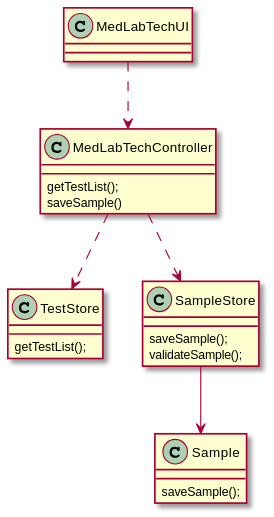
Above: docs/SprintC/US05/US5_CD.svg in MarianaCLages/LAPR2 (PlantUML), before the change.
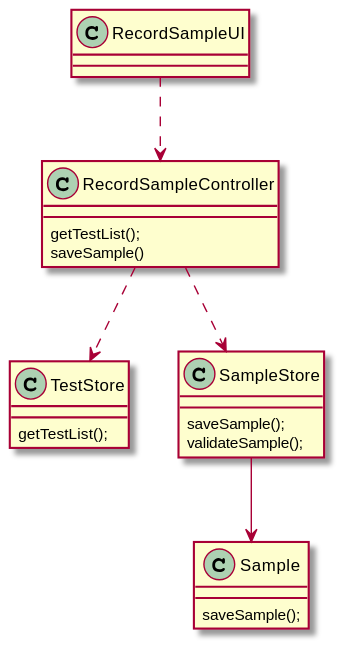
The same diagram one commit later.

Change to the diagram source:
```diff
@@ -1,9 +1,9 @@
 @startuml
 
-class MedLabTechUI{
+class RecordSampleUI{
 }
 
-class MedLabTechController{
+class RecordSampleController{
 getTestList();
 saveSample()
 }
@@ -21,9 +21,9 @@
 saveSample();
 }
 
-MedLabTechUI ..> MedLabTechController
-MedLabTechController ..> TestStore
-MedLabTechController ..> SampleStore
+RecordSampleUI ..> RecordSampleController
+RecordSampleController ..> TestStore
+RecordSampleController ..> SampleStore
 SampleStore --> Sample
 
 @enduml
```
